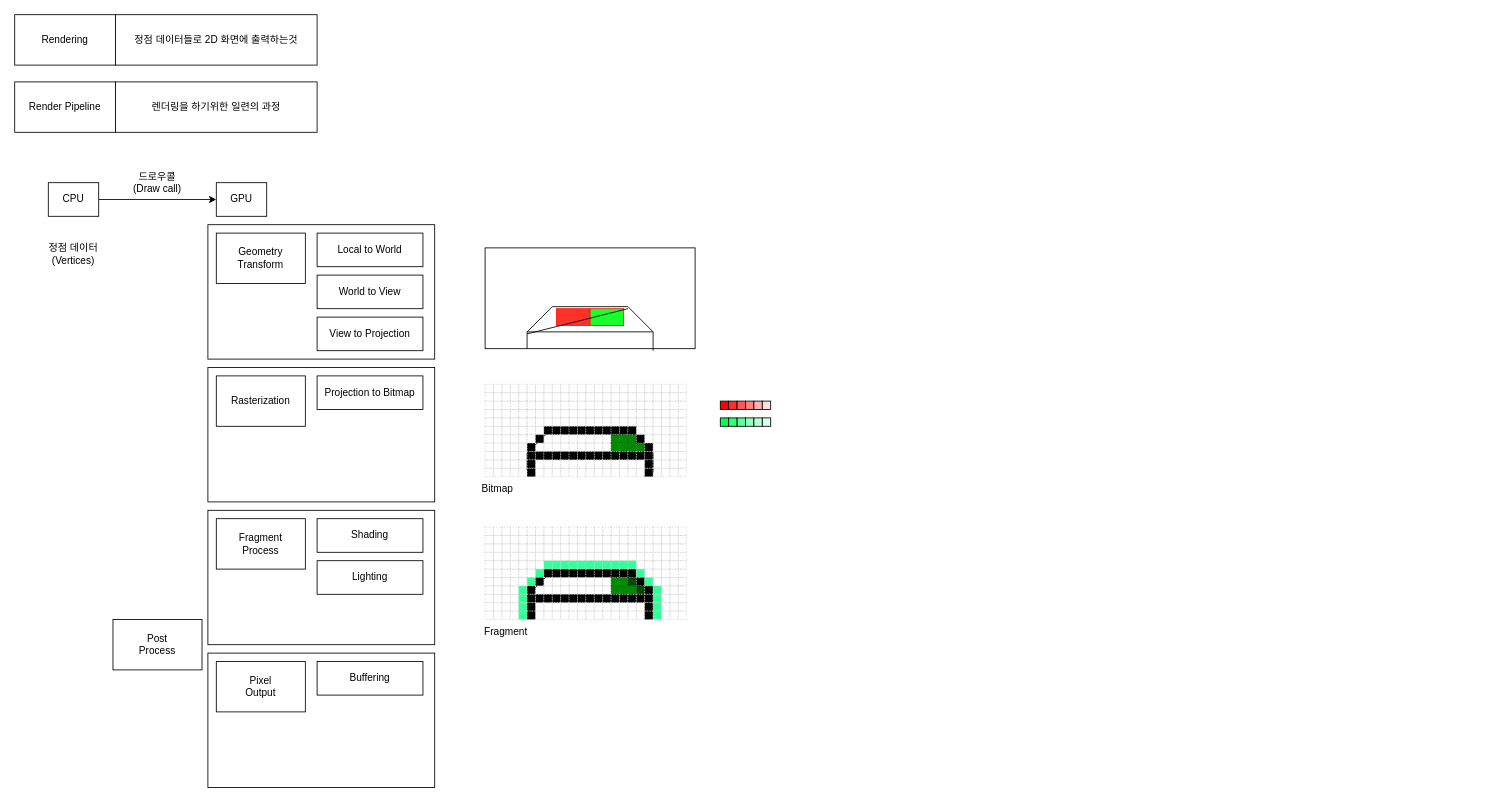
luke-youngmin-cho/UnityEngineBasic_9th keeps this draw.io diagram as FirstProject/FirstProject.drawio. Above is the earlier version. Source tidied: cells renumbered, new cells numbered last; positions are measured from the earlier drawing's top-left corner, leaving out a move shared by most shapes. Both pictures are drawn from the tidied source at 84%, with x=0, y=0 at pixel (14, 14).
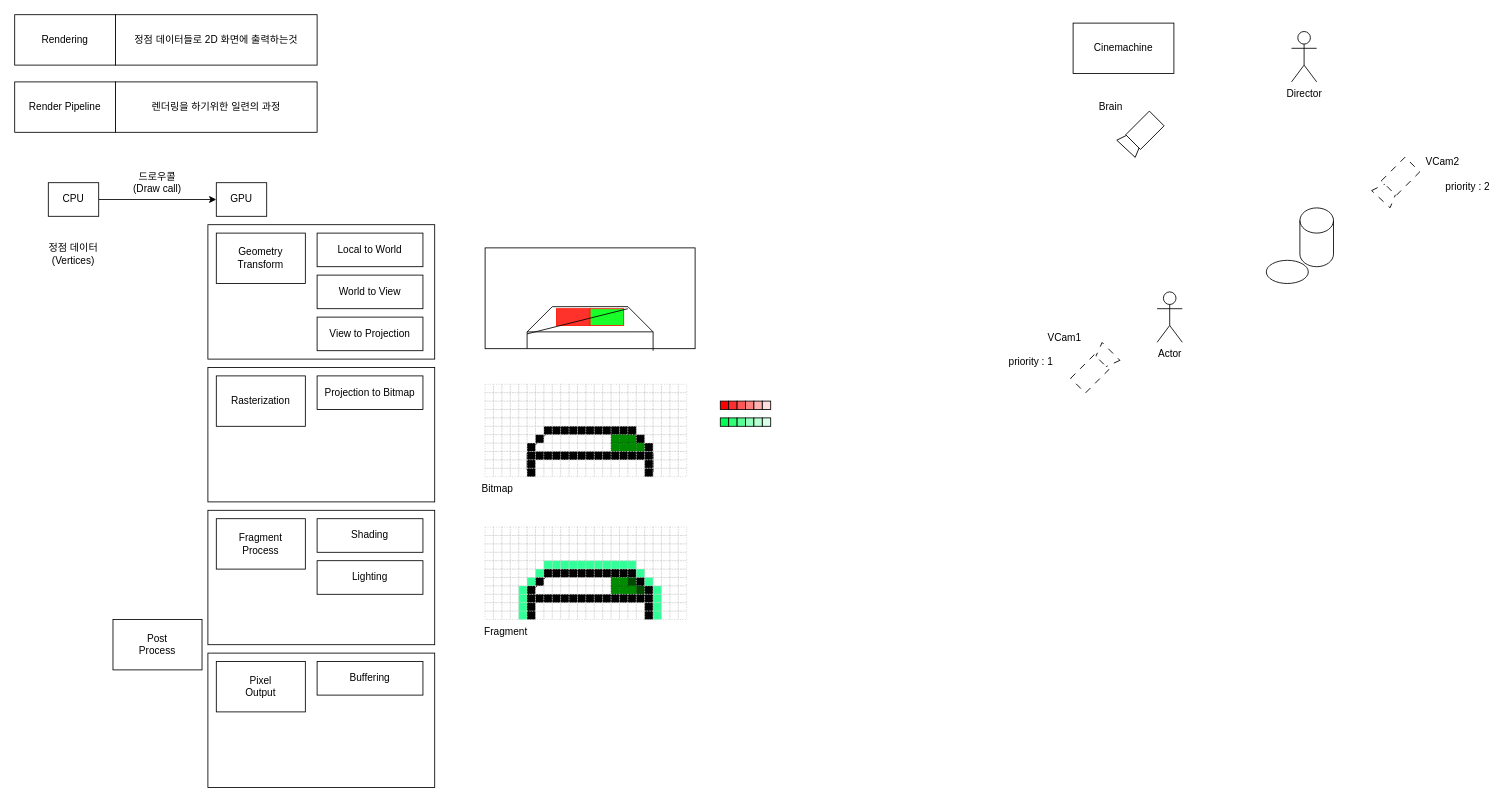
The same page after the edit.

The edit, as a diff of the source:
```diff
@@
+    <mxCell id="591" style="ellipse;whiteSpace=wrap;html=1;" parent="1" vertex="1">
+      <mxGeometry x="1490" y="292.4" width="50" height="27.6" as="geometry" />
+    </mxCell>
@@
+    <mxCell id="592" value="Cinemachine" style="rounded=0;whiteSpace=wrap;html=1;" parent="1" vertex="1">
+      <mxGeometry x="1260" y="10" width="120" height="60" as="geometry" />
+    </mxCell>
+    <mxCell id="593" value="Director" style="shape=umlActor;verticalLabelPosition=bottom;verticalAlign=top;html=1;" parent="1" vertex="1">
+      <mxGeometry x="1520" y="20" width="30" height="60" as="geometry" />
+    </mxCell>
+    <mxCell id="594" style="shape=cylinder3;whiteSpace=wrap;html=1;boundedLbl=1;backgroundOutline=1;size=15;" parent="1" vertex="1">
+      <mxGeometry x="1530" y="230" width="40" height="70" as="geometry" />
+    </mxCell>
+    <mxCell id="595" value="Actor" style="shape=umlActor;verticalLabelPosition=bottom;verticalAlign=top;html=1;" parent="1" vertex="1">
+      <mxGeometry x="1360" y="330" width="30" height="60" as="geometry" />
+    </mxCell>
+    <mxCell id="596" style="triangle;whiteSpace=wrap;html=1;rotation=-225;dashed=1;dashPattern=8 8;" parent="1" vertex="1">
+      <mxGeometry x="1271" y="400" width="40" height="30" as="geometry" />
+    </mxCell>
+    <mxCell id="597" style="rounded=0;whiteSpace=wrap;html=1;rotation=-45;dashed=1;dashPattern=8 8;" parent="1" vertex="1">
+      <mxGeometry x="1260" y="415.2" width="39.8" height="24.8" as="geometry" />
+    </mxCell>
+    <mxCell id="598" style="triangle;whiteSpace=wrap;html=1;rotation=-47;dashed=1;dashPattern=8 8;" parent="1" vertex="1">
+      <mxGeometry x="1620" y="190" width="40" height="30" as="geometry" />
+    </mxCell>
+    <mxCell id="599" style="rounded=0;whiteSpace=wrap;html=1;rotation=-45;dashed=1;dashPattern=8 8;" parent="1" vertex="1">
+      <mxGeometry x="1630" y="180" width="39.8" height="24.8" as="geometry" />
+    </mxCell>
+    <mxCell id="600" value="VCam1" style="text;html=1;strokeColor=none;fillColor=none;align=center;verticalAlign=middle;whiteSpace=wrap;rounded=0;" parent="1" vertex="1">
+      <mxGeometry x="1220" y="370" width="60" height="30" as="geometry" />
+    </mxCell>
+    <mxCell id="601" value="VCam2" style="text;html=1;strokeColor=none;fillColor=none;align=center;verticalAlign=middle;whiteSpace=wrap;rounded=0;" parent="1" vertex="1">
+      <mxGeometry x="1669.8" y="160" width="60" height="30" as="geometry" />
+    </mxCell>
+    <mxCell id="602" value="priority : 1" style="text;html=1;strokeColor=none;fillColor=none;align=center;verticalAlign=middle;whiteSpace=wrap;rounded=0;" parent="1" vertex="1">
+      <mxGeometry x="1180" y="397.6" width="60" height="30" as="geometry" />
+    </mxCell>
+    <mxCell id="603" value="priority : 2" style="text;html=1;strokeColor=none;fillColor=none;align=center;verticalAlign=middle;whiteSpace=wrap;rounded=0;" parent="1" vertex="1">
+      <mxGeometry x="1700" y="190" width="60" height="30" as="geometry" />
+    </mxCell>
+    <mxCell id="604" style="triangle;whiteSpace=wrap;html=1;rotation=-47;" parent="1" vertex="1">
+      <mxGeometry x="1316.6" y="130" width="40" height="30" as="geometry" />
+    </mxCell>
+    <mxCell id="605" style="rounded=0;whiteSpace=wrap;html=1;rotation=-45;" parent="1" vertex="1">
+      <mxGeometry x="1325.6" y="125.2" width="39.8" height="24.8" as="geometry" />
+    </mxCell>
+    <mxCell id="606" value="Brain" style="text;html=1;strokeColor=none;fillColor=none;align=center;verticalAlign=middle;whiteSpace=wrap;rounded=0;" parent="1" vertex="1">
+      <mxGeometry x="1274.6" y="95.2" width="60" height="30" as="geometry" />
+    </mxCell>
```
